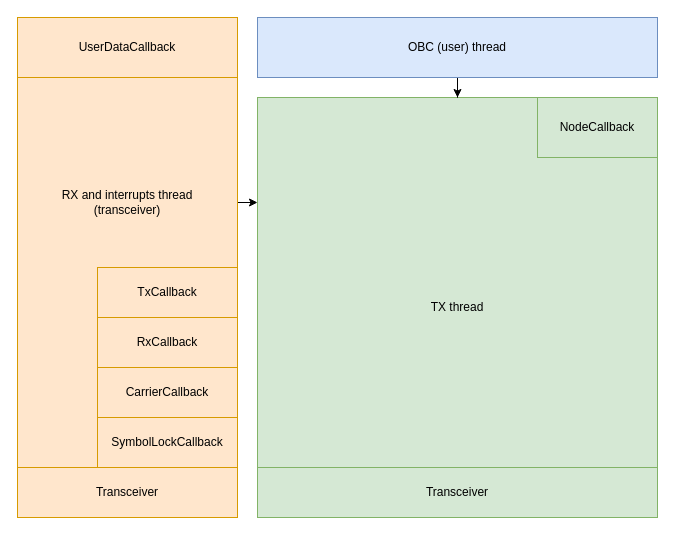
Before: docs/threads.drawio in dernasherbrezon/ccsds-scsc, a draw.io diagram. Source tidied: cells renumbered, new cells numbered last; positions are measured from the earlier drawing's top-left corner, leaving out a move shared by most shapes. Both pictures are drawn from the tidied source at 100%, with x=0, y=0 at pixel (17, 17).
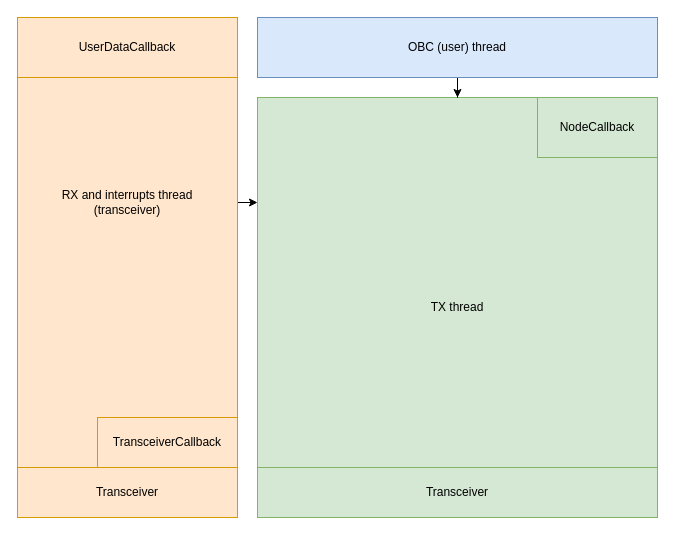
Above is the later version.

Commit message (it also covers changes not shown here):
sync docs with implementation

Diff of the diagram source:
```diff
@@
 <mxGraphModel>
   <root>
     <mxCell id="0" />
     <mxCell id="1" parent="0" />
     <mxCell id="2" value="TX thread" style="rounded=0;whiteSpace=wrap;html=1;fillColor=#d5e8d4;strokeColor=#82b366;" parent="1" vertex="1">
       <mxGeometry x="240" y="80" width="400" height="420" as="geometry" />
     </mxCell>
     <mxCell id="3" style="edgeStyle=orthogonalEdgeStyle;rounded=0;jettySize=auto;html=1;entryX=0;entryY=0.25;entryDx=0;entryDy=0;exitX=0.999;exitY=0.37;exitDx=0;exitDy=0;exitPerimeter=0;" parent="1" edge="1" source="4" target="2">
       <mxGeometry relative="1" as="geometry" />
     </mxCell>
     <mxCell id="4" style="rounded=0;whiteSpace=wrap;html=1;fillColor=#ffe6cc;strokeColor=#d79b00;" parent="1" vertex="1">
       <mxGeometry width="220" height="500" as="geometry" />
     </mxCell>
     <mxCell id="5" style="edgeStyle=orthogonalEdgeStyle;rounded=0;jettySize=auto;html=1;" parent="1" edge="1" source="6" target="2">
       <mxGeometry relative="1" as="geometry" />
     </mxCell>
     <mxCell id="6" value="OBC (user) thread" style="rounded=0;whiteSpace=wrap;html=1;fillColor=#dae8fc;strokeColor=#6c8ebf;" parent="1" vertex="1">
       <mxGeometry x="240" width="400" height="60" as="geometry" />
     </mxCell>
     <mxCell id="7" value="&lt;div&gt;Transceiver&lt;/div&gt;" style="rounded=0;whiteSpace=wrap;html=1;fillColor=#d5e8d4;strokeColor=#82b366;" parent="1" vertex="1">
       <mxGeometry x="240" y="450" width="400" height="50" as="geometry" />
     </mxCell>
     <mxCell id="8" value="&lt;div&gt;Transceiver&lt;/div&gt;" style="rounded=0;whiteSpace=wrap;html=1;fillColor=#ffe6cc;strokeColor=#d79b00;" parent="1" vertex="1">
       <mxGeometry y="450" width="220" height="50" as="geometry" />
     </mxCell>
     <mxCell id="9" value="UserDataCallback" style="rounded=0;whiteSpace=wrap;html=1;fillColor=#ffe6cc;strokeColor=#d79b00;" parent="1" vertex="1">
       <mxGeometry width="220" height="60" as="geometry" />
     </mxCell>
     <mxCell id="10" value="NodeCallback" style="rounded=0;whiteSpace=wrap;html=1;fillColor=#d5e8d4;strokeColor=#82b366;" parent="1" vertex="1">
       <mxGeometry x="520" y="80" width="120" height="60" as="geometry" />
     </mxCell>
-    <mxCell id="11" value="&lt;div&gt;SymbolLockCallback&lt;/div&gt;" style="rounded=0;whiteSpace=wrap;html=1;fillColor=#ffe6cc;strokeColor=#d79b00;" parent="1" vertex="1">
+    <mxCell id="11" value="TransceiverCallback" style="rounded=0;whiteSpace=wrap;html=1;fillColor=#ffe6cc;strokeColor=#d79b00;" parent="1" vertex="1">
       <mxGeometry x="80" y="400" width="140" height="50" as="geometry" />
     </mxCell>
-    <mxCell id="12" value="&lt;div&gt;CarrierCallback&lt;/div&gt;" style="rounded=0;whiteSpace=wrap;html=1;fillColor=#ffe6cc;strokeColor=#d79b00;" parent="1" vertex="1">
-      <mxGeometry x="80" y="350" width="140" height="50" as="geometry" />
-    </mxCell>
-    <mxCell id="13" value="&lt;div&gt;RxCallback&lt;/div&gt;" style="rounded=0;whiteSpace=wrap;html=1;fillColor=#ffe6cc;strokeColor=#d79b00;" parent="1" vertex="1">
-      <mxGeometry x="80" y="300" width="140" height="50" as="geometry" />
-    </mxCell>
-    <mxCell id="14" value="&lt;div&gt;TxCallback&lt;/div&gt;" style="rounded=0;whiteSpace=wrap;html=1;fillColor=#ffe6cc;strokeColor=#d79b00;" parent="1" vertex="1">
-      <mxGeometry x="80" y="250" width="140" height="50" as="geometry" />
-    </mxCell>
     <mxCell id="15" value="RX and interrupts thread&lt;div&gt;(transceiver)&lt;/div&gt;" style="text;html=1;whiteSpace=wrap;strokeColor=none;fillColor=none;align=center;verticalAlign=middle;rounded=0;" parent="1" vertex="1">
       <mxGeometry y="170" width="220" height="30" as="geometry" />
     </mxCell>
   </root>
 </mxGraphModel>
```
